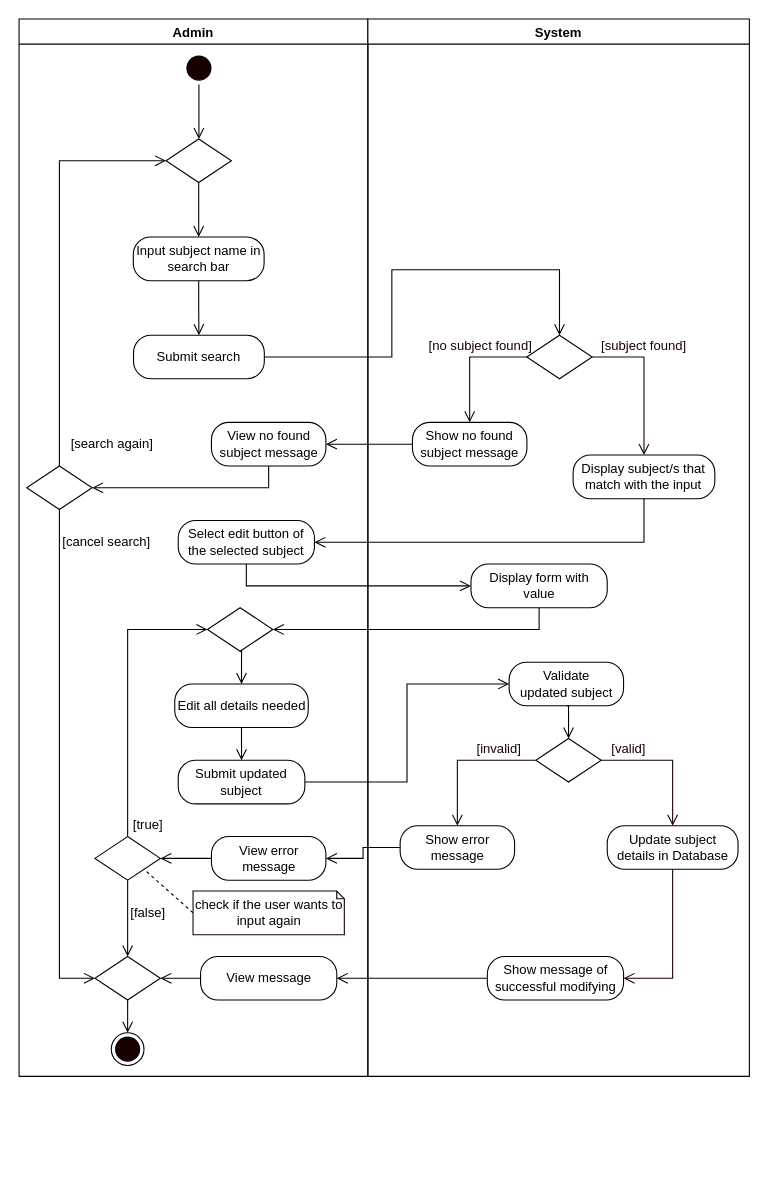
Earlier version of the draw.io diagram page "Edit Subject" (2 of 12) of REVISIONS/UML-DIAGRAMS/7-04-2021/ACTIVITY DIAGRAM/ACTIVITY DIAGRAM2.drawio (mrklglsn/CAPSTONE-FILES). Source tidied: cells renumbered, new cells numbered last; positions are measured from the earlier drawing's top-left corner, leaving out a move shared by most shapes. Both pictures are drawn from the tidied source at 109%, with x=0, y=0 at pixel (19, 19).
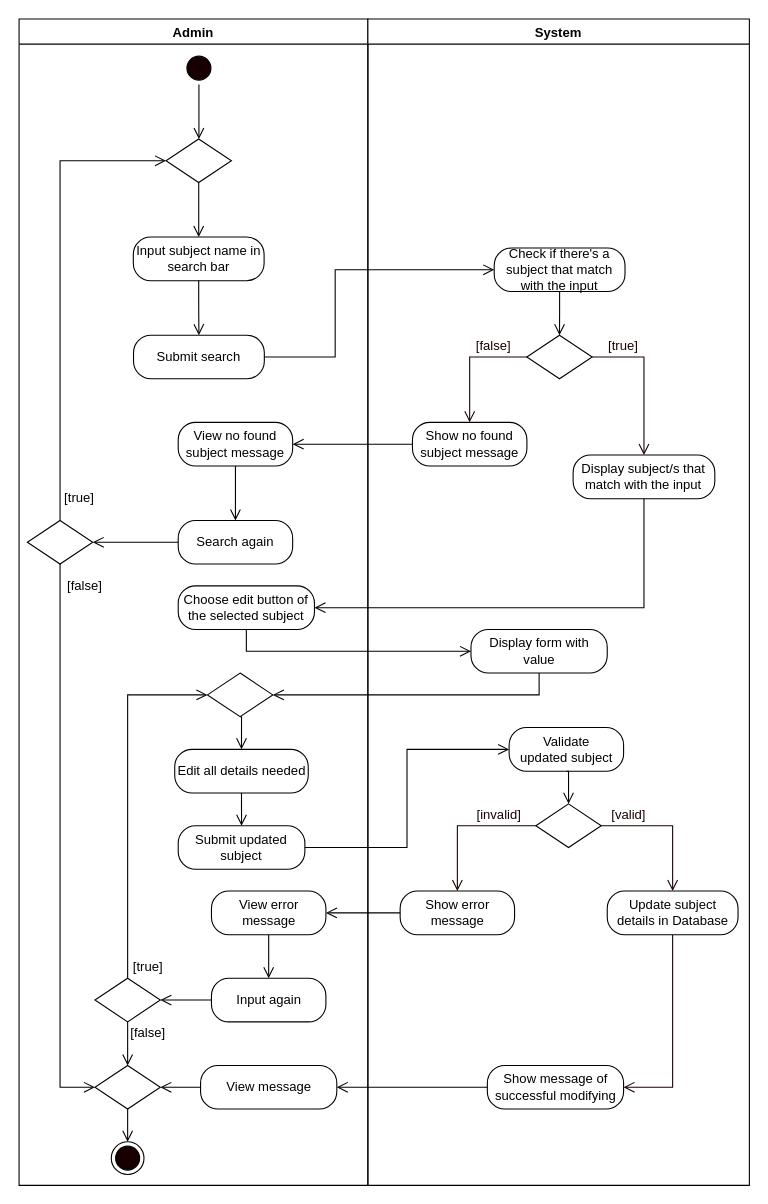
Above is the later version.

The change refers to these unchanged cells:
```xml
<mxCell id="31" value="Submit search" style="rounded=1;whiteSpace=wrap;html=1;arcSize=40;" parent="2" vertex="1">
  <mxGeometry x="105" y="290" width="120" height="40" as="geometry" />
</mxCell>
<mxCell id="47" style="rhombus;whiteSpace=wrap;html=1;" parent="32" vertex="1">
  <mxGeometry x="145.8" y="290" width="60" height="40" as="geometry" />
</mxCell>
```

Change to the diagram source:
```diff
@@
     <mxCell id="2" value="Admin" style="swimlane;startSize=23;" parent="1" vertex="1">
-      <mxGeometry width="320" height="970" as="geometry" />
+      <mxGeometry width="320" height="1070" as="geometry" />
     </mxCell>
@@
     <mxCell id="6" value="Edit all details needed" style="rounded=1;whiteSpace=wrap;html=1;arcSize=40;" parent="2" vertex="1">
-      <mxGeometry x="142.8" y="610" width="122.5" height="40" as="geometry" />
+      <mxGeometry x="142.8" y="670" width="122.5" height="40" as="geometry" />
     </mxCell>
     <mxCell id="7" value="Submit updated subject" style="rounded=1;whiteSpace=wrap;html=1;arcSize=40;" parent="2" vertex="1">
-      <mxGeometry x="146" y="680" width="116.2" height="40" as="geometry" />
+      <mxGeometry x="146" y="740" width="116.2" height="40" as="geometry" />
     </mxCell>
@@
     <mxCell id="9" style="rhombus;whiteSpace=wrap;html=1;" parent="2" vertex="1">
-      <mxGeometry x="172.8" y="540" width="60" height="40" as="geometry" />
+      <mxGeometry x="172.8" y="600" width="60" height="40" as="geometry" />
     </mxCell>
@@
     <mxCell id="12" style="rhombus;whiteSpace=wrap;html=1;" parent="2" vertex="1">
-      <mxGeometry x="69.6" y="750" width="60" height="40" as="geometry" />
+      <mxGeometry x="69.6" y="880" width="60" height="40" as="geometry" />
     </mxCell>
     <mxCell id="13" value="[true]" style="text;html=1;align=center;verticalAlign=middle;strokeColor=none;" parent="2" vertex="1">
-      <mxGeometry x="97.8" y="730" width="40" height="20" as="geometry" />
+      <mxGeometry x="97.8" y="860" width="40" height="20" as="geometry" />
     </mxCell>
-    <mxCell id="14" style="rounded=0;jettySize=auto;html=1;exitX=0;exitY=0.5;exitDx=0;exitDy=0;exitPerimeter=0;entryX=1;entryY=1;entryDx=0;entryDy=0;endArrow=none;endFill=0;endSize=8;dashed=1;" parent="2" edge="1" source="15" target="12">
-      <mxGeometry relative="1" as="geometry" />
-    </mxCell>
-    <mxCell id="15" value="check if the user wants to input again" style="shape=note;whiteSpace=wrap;html=1;backgroundOutline=1;darkOpacity=0.05;strokeColor=#190000;size=7;" parent="2" vertex="1">
-      <mxGeometry x="159.6" y="800" width="138.8" height="40" as="geometry" />
-    </mxCell>
     <mxCell id="16" value="[false]" style="text;html=1;align=center;verticalAlign=middle;strokeColor=none;" parent="2" vertex="1">
-      <mxGeometry x="92.8" y="810" width="50" height="20" as="geometry" />
+      <mxGeometry x="92.8" y="920" width="50" height="20" as="geometry" />
     </mxCell>
     <mxCell id="17" style="ellipse;html=1;shape=endState;fillColor=#190000;" parent="2" vertex="1">
-      <mxGeometry x="84.6" y="930" width="30" height="30" as="geometry" />
+      <mxGeometry x="84.6" y="1030" width="30" height="30" as="geometry" />
     </mxCell>
-    <mxCell id="18" style="edgeStyle=orthogonalEdgeStyle;rounded=0;jettySize=auto;html=1;exitX=0;exitY=0.5;exitDx=0;exitDy=0;endArrow=open;endFill=0;endSize=8;" parent="2" edge="1" source="19" target="12">
-      <mxGeometry relative="1" as="geometry" />
-    </mxCell>
+    <mxCell id="65" style="edgeStyle=orthogonalEdgeStyle;rounded=0;jettySize=auto;html=1;exitX=0.5;exitY=1;exitDx=0;exitDy=0;entryX=0.5;entryY=0;entryDx=0;entryDy=0;endArrow=open;endFill=0;endSize=8;" parent="2" edge="1" source="19" target="69">
+      <mxGeometry relative="1" as="geometry" />
+    </mxCell>
     <mxCell id="19" value="View error message" style="rounded=1;whiteSpace=wrap;html=1;arcSize=40;" parent="2" vertex="1">
-      <mxGeometry x="176.5" y="750" width="105" height="40" as="geometry" />
+      <mxGeometry x="176.5" y="800" width="105" height="40" as="geometry" />
     </mxCell>
@@
     <mxCell id="21" value="View message" style="rounded=1;whiteSpace=wrap;html=1;arcSize=40;" parent="2" vertex="1">
-      <mxGeometry x="166.5" y="860" width="125" height="40" as="geometry" />
+      <mxGeometry x="166.5" y="960" width="125" height="40" as="geometry" />
     </mxCell>
@@
     <mxCell id="23" style="rhombus;whiteSpace=wrap;html=1;" parent="2" vertex="1">
-      <mxGeometry x="69.6" y="860" width="60" height="40" as="geometry" />
+      <mxGeometry x="69.6" y="960" width="60" height="40" as="geometry" />
     </mxCell>
-    <mxCell id="24" value="Select edit button of the selected subject" style="rounded=1;whiteSpace=wrap;html=1;arcSize=40;" parent="2" vertex="1">
-      <mxGeometry x="146" y="460" width="125" height="40" as="geometry" />
+    <mxCell id="24" value="Choose edit button of the selected subject" style="rounded=1;whiteSpace=wrap;html=1;arcSize=40;" parent="2" vertex="1">
+      <mxGeometry x="146" y="520" width="125" height="40" as="geometry" />
     </mxCell>
@@
     <mxCell id="26" style="rhombus;whiteSpace=wrap;html=1;" parent="2" vertex="1">
-      <mxGeometry x="7" y="410" width="60" height="40" as="geometry" />
+      <mxGeometry x="7.6" y="460" width="60" height="40" as="geometry" />
     </mxCell>
-    <mxCell id="27" value="[search again]" style="text;html=1;align=center;verticalAlign=middle;strokeColor=none;rotation=0;" parent="2" vertex="1">
-      <mxGeometry x="39.6" y="380" width="90" height="20" as="geometry" />
+    <mxCell id="27" value="[true]" style="text;html=1;align=center;verticalAlign=middle;strokeColor=none;rotation=0;" parent="2" vertex="1">
+      <mxGeometry x="34.6" y="430" width="40" height="20" as="geometry" />
     </mxCell>
-    <mxCell id="28" value="[cancel search]" style="text;html=1;align=center;verticalAlign=middle;strokeColor=none;rotation=0;" parent="2" vertex="1">
-      <mxGeometry x="29.6" y="470" width="100" height="20" as="geometry" />
+    <mxCell id="28" value="[false]" style="text;html=1;align=center;verticalAlign=middle;strokeColor=none;rotation=0;" parent="2" vertex="1">
+      <mxGeometry x="34.6" y="510" width="50" height="20" as="geometry" />
     </mxCell>
+    <mxCell id="66" style="edgeStyle=orthogonalEdgeStyle;rounded=0;jettySize=auto;html=1;exitX=0.5;exitY=1;exitDx=0;exitDy=0;entryX=0.5;entryY=0;entryDx=0;entryDy=0;endArrow=open;endFill=0;endSize=8;" parent="2" edge="1" source="29" target="67">
+      <mxGeometry relative="1" as="geometry" />
+    </mxCell>
     <mxCell id="29" value="View no found subject message" style="rounded=1;whiteSpace=wrap;html=1;arcSize=40;" parent="2" vertex="1">
-      <mxGeometry x="176.5" y="370" width="105" height="40" as="geometry" />
+      <mxGeometry x="146" y="370" width="105" height="40" as="geometry" />
     </mxCell>
-    <mxCell id="30" style="edgeStyle=orthogonalEdgeStyle;rounded=0;jettySize=auto;html=1;exitX=0.5;exitY=1;exitDx=0;exitDy=0;entryX=1;entryY=0.5;entryDx=0;entryDy=0;endArrow=open;endFill=0;endSize=8;" parent="2" edge="1" source="29" target="26">
+    <mxCell id="30" style="edgeStyle=orthogonalEdgeStyle;rounded=0;jettySize=auto;html=1;exitX=0;exitY=0.5;exitDx=0;exitDy=0;entryX=1;entryY=0.5;entryDx=0;entryDy=0;endArrow=open;endFill=0;endSize=8;" parent="2" edge="1" source="67" target="26">
       <mxGeometry relative="1" as="geometry" />
     </mxCell>
@@
+    <mxCell id="67" value="Search again" style="rounded=1;whiteSpace=wrap;html=1;arcSize=40;" parent="2" vertex="1">
+      <mxGeometry x="146" y="460" width="105" height="40" as="geometry" />
+    </mxCell>
+    <mxCell id="68" style="edgeStyle=orthogonalEdgeStyle;rounded=0;jettySize=auto;html=1;exitX=0;exitY=0.5;exitDx=0;exitDy=0;entryX=1;entryY=0.5;entryDx=0;entryDy=0;endArrow=open;endFill=0;endSize=8;" parent="2" edge="1" source="69" target="12">
+      <mxGeometry relative="1" as="geometry" />
+    </mxCell>
+    <mxCell id="69" value="Input again" style="rounded=1;whiteSpace=wrap;html=1;arcSize=40;" parent="2" vertex="1">
+      <mxGeometry x="176.5" y="880" width="105" height="40" as="geometry" />
+    </mxCell>
     <mxCell id="32" value="System" style="swimlane;" parent="1" vertex="1">
-      <mxGeometry x="320" width="350" height="970" as="geometry" />
+      <mxGeometry x="320" width="350" height="1070" as="geometry" />
     </mxCell>
     <mxCell id="33" value="Validate updated&amp;nbsp;subject" style="rounded=1;whiteSpace=wrap;html=1;arcSize=40;" parent="32" vertex="1">
-      <mxGeometry x="129.6" y="590" width="105" height="40" as="geometry" />
+      <mxGeometry x="129.6" y="650" width="105" height="40" as="geometry" />
     </mxCell>
     <mxCell id="34" style="rhombus;whiteSpace=wrap;html=1;" parent="32" vertex="1">
-      <mxGeometry x="154.1" y="660" width="60" height="40" as="geometry" />
+      <mxGeometry x="154.1" y="720" width="60" height="40" as="geometry" />
     </mxCell>
@@
     <mxCell id="36" value="&lt;font color=&quot;#190000&quot;&gt;[valid]&lt;/font&gt;" style="text;html=1;align=center;verticalAlign=middle;strokeColor=none;fontColor=#FFFFFF;" parent="32" vertex="1">
-      <mxGeometry x="214.1" y="660" width="50" height="20" as="geometry" />
+      <mxGeometry x="214.1" y="720" width="50" height="20" as="geometry" />
     </mxCell>
     <mxCell id="37" value="&lt;font color=&quot;#190000&quot;&gt;[invalid]&lt;/font&gt;" style="text;html=1;align=center;verticalAlign=middle;strokeColor=none;fontColor=#FFFFFF;" parent="32" vertex="1">
-      <mxGeometry x="89.6" y="660" width="60" height="20" as="geometry" />
+      <mxGeometry x="89.6" y="720" width="60" height="20" as="geometry" />
     </mxCell>
     <mxCell id="38" value="Show error message" style="rounded=1;whiteSpace=wrap;html=1;arcSize=40;" parent="32" vertex="1">
-      <mxGeometry x="29.6" y="740" width="105" height="40" as="geometry" />
+      <mxGeometry x="29.6" y="800" width="105" height="40" as="geometry" />
     </mxCell>
@@
     <mxCell id="40" value="Update subject details in Database" style="rounded=1;whiteSpace=wrap;html=1;arcSize=40;" parent="32" vertex="1">
-      <mxGeometry x="219.6" y="740" width="120" height="40" as="geometry" />
+      <mxGeometry x="219.6" y="800" width="120" height="40" as="geometry" />
     </mxCell>
@@
     <mxCell id="43" value="Show message of successful modifying" style="rounded=1;whiteSpace=wrap;html=1;arcSize=40;" parent="32" vertex="1">
-      <mxGeometry x="109.6" y="860" width="125" height="40" as="geometry" />
+      <mxGeometry x="109.6" y="960" width="125" height="40" as="geometry" />
     </mxCell>
@@
-    <mxCell id="48" value="&lt;font color=&quot;#190000&quot;&gt;[subject found]&lt;/font&gt;" style="text;html=1;align=center;verticalAlign=middle;strokeColor=none;fontColor=#FFFFFF;" parent="32" vertex="1">
-      <mxGeometry x="203.3" y="290" width="100" height="20" as="geometry" />
+    <mxCell id="48" value="&lt;font color=&quot;#190000&quot;&gt;[true]&lt;/font&gt;" style="text;html=1;align=center;verticalAlign=middle;strokeColor=none;fontColor=#FFFFFF;" parent="32" vertex="1">
+      <mxGeometry x="214.1" y="290" width="40" height="20" as="geometry" />
     </mxCell>
-    <mxCell id="49" value="&lt;font color=&quot;#190000&quot;&gt;[no subject found]&lt;/font&gt;" style="text;html=1;align=center;verticalAlign=middle;strokeColor=none;fontColor=#FFFFFF;" parent="32" vertex="1">
-      <mxGeometry x="48.4" y="290" width="110" height="20" as="geometry" />
+    <mxCell id="49" value="&lt;font color=&quot;#190000&quot;&gt;[false]&lt;/font&gt;" style="text;html=1;align=center;verticalAlign=middle;strokeColor=none;fontColor=#FFFFFF;" parent="32" vertex="1">
+      <mxGeometry x="89.6" y="290" width="50" height="20" as="geometry" />
     </mxCell>
@@
     <mxCell id="54" value="Display form with value" style="rounded=1;whiteSpace=wrap;html=1;arcSize=40;" parent="32" vertex="1">
-      <mxGeometry x="94.6" y="500" width="125" height="40" as="geometry" />
+      <mxGeometry x="94.6" y="560" width="125" height="40" as="geometry" />
     </mxCell>
+    <mxCell id="70" style="edgeStyle=orthogonalEdgeStyle;rounded=0;jettySize=auto;html=1;exitX=0.5;exitY=1;exitDx=0;exitDy=0;entryX=0.5;entryY=0;entryDx=0;entryDy=0;endArrow=open;endFill=0;endSize=8;" parent="32" edge="1" source="71" target="47">
+      <mxGeometry relative="1" as="geometry" />
+    </mxCell>
+    <mxCell id="71" value="Check if there's a subject that match with the input" style="rounded=1;whiteSpace=wrap;html=1;arcSize=40;" parent="32" vertex="1">
+      <mxGeometry x="115.9" y="210" width="120" height="40" as="geometry" />
+    </mxCell>
@@
-    <mxCell id="64" style="edgeStyle=orthogonalEdgeStyle;rounded=0;jettySize=auto;html=1;exitX=1;exitY=0.5;exitDx=0;exitDy=0;entryX=0.5;entryY=0;entryDx=0;entryDy=0;endArrow=open;endFill=0;endSize=8;" parent="1" edge="1" source="31" target="47">
+    <mxCell id="64" style="edgeStyle=orthogonalEdgeStyle;rounded=0;jettySize=auto;html=1;exitX=1;exitY=0.5;exitDx=0;exitDy=0;entryX=0;entryY=0.5;entryDx=0;entryDy=0;endArrow=open;endFill=0;endSize=8;" parent="1" edge="1" source="31" target="71">
       <mxGeometry relative="1" as="geometry">
         <Array as="points">
-          <mxPoint x="342" y="310" />
-          <mxPoint x="342" y="230" />
-          <mxPoint x="496" y="230" />
+          <mxPoint x="290" y="310" />
+          <mxPoint x="290" y="230" />
         </Array>
       </mxGeometry>
     </mxCell>
```
